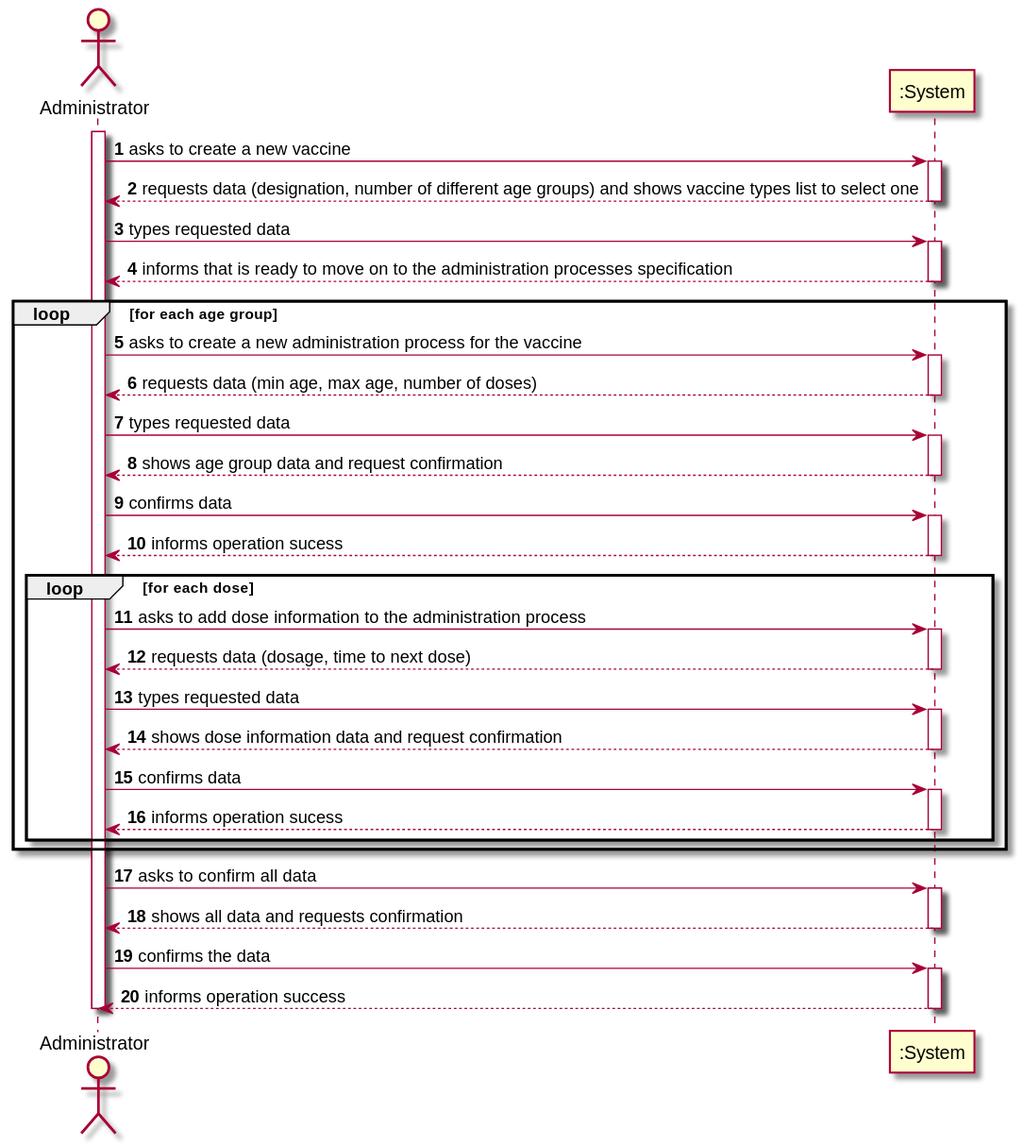
miseEnPlace-i/lapr2 keeps this PlantUML diagram as docs/SprintB/US13/SSD/US13_SSD_v2.svg. Above is the earlier version.
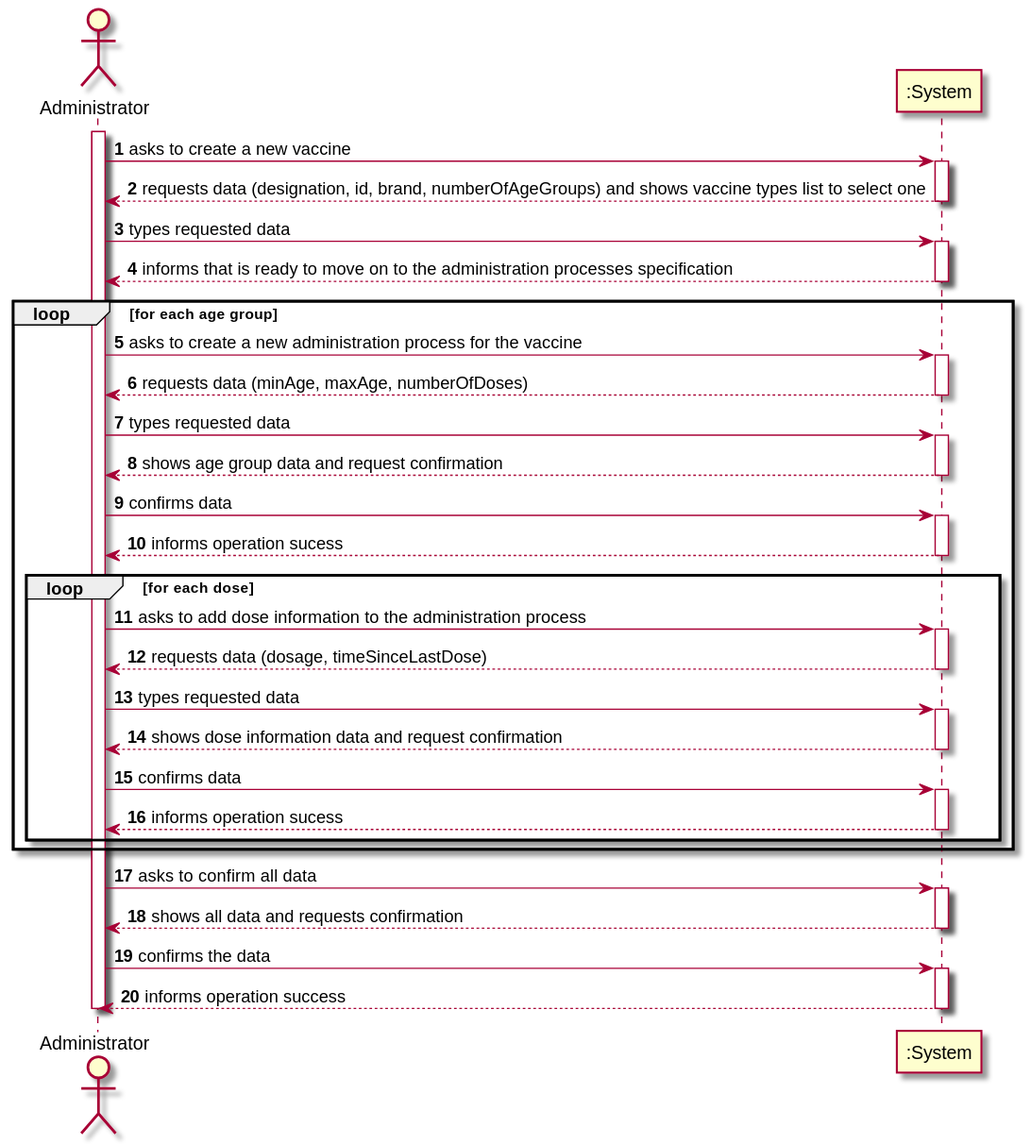
The same file after the commit.

The edit, as a diff of the source:
```diff
@@ -5,7 +5,7 @@
 activate OE
 OE -> ":System" : asks to create a new vaccine
 activate ":System"
-":System" --> OE : requests data (designation, number of different age groups) and shows vaccine types list to select one
+":System" --> OE : requests data (designation, id, brand, numberOfAgeGroups) and shows vaccine types list to select one
 deactivate ":System"
 
 OE -> ":System" : types requested data
@@ -16,7 +16,7 @@
 loop for each age group
     OE -> ":System" : asks to create a new administration process for the vaccine
     activate ":System"
-    ":System" --> OE : requests data (min age, max age, number of doses)
+    ":System" --> OE : requests data (minAge, maxAge, numberOfDoses)
     deactivate ":System"
     OE -> ":System" : types requested data
     activate ":System"
@@ -30,7 +30,7 @@
     loop for each dose
         OE -> ":System" : asks to add dose information to the administration process
         activate ":System"
-        ":System" --> OE : requests data (dosage, time to next dose)
+        ":System" --> OE : requests data (dosage, timeSinceLastDose)
         deactivate ":System"
         OE -> ":System" : types requested data
         activate ":System"
```
